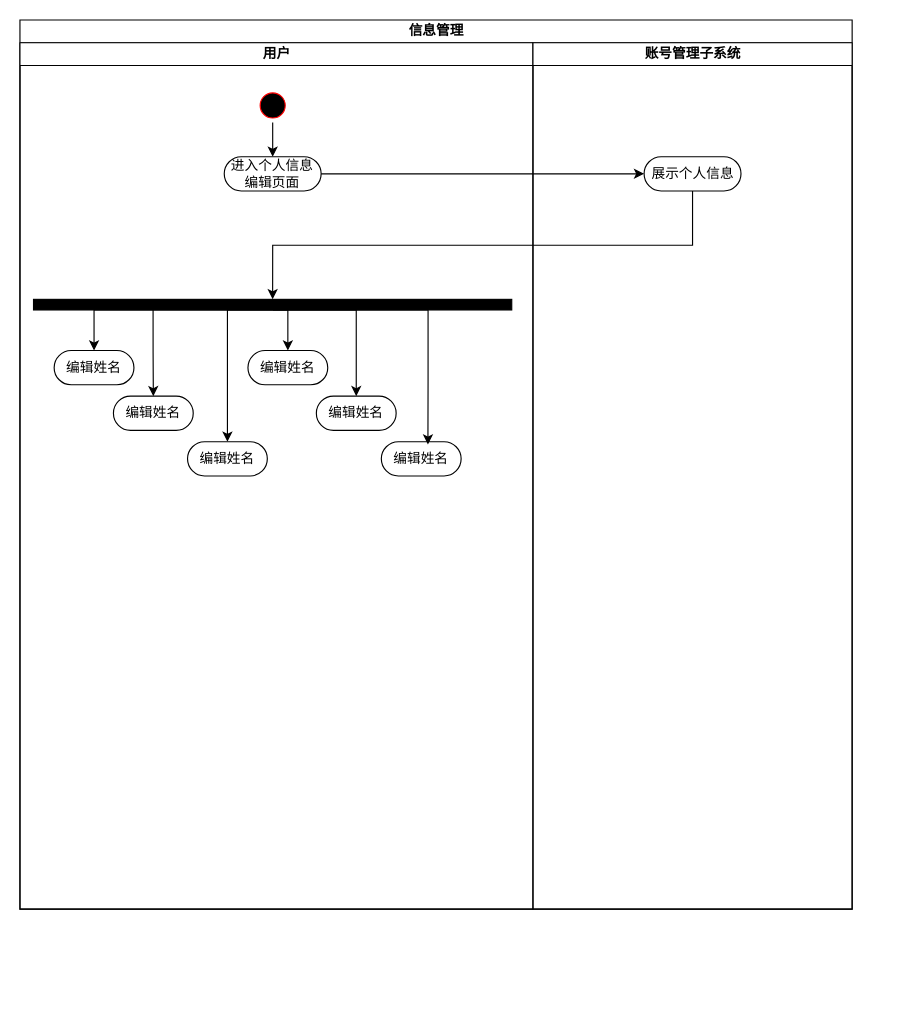
Earlier version of the draw.io diagram 信息管理活动图.drawio (PomeloLemon/SoftwareDiagrams). Source tidied: cells renumbered, new cells numbered last; positions are measured from the earlier drawing's top-left corner, leaving out a move shared by most shapes. Both pictures are drawn from the tidied source at 114%, with x=0, y=0 at pixel (19, 19).
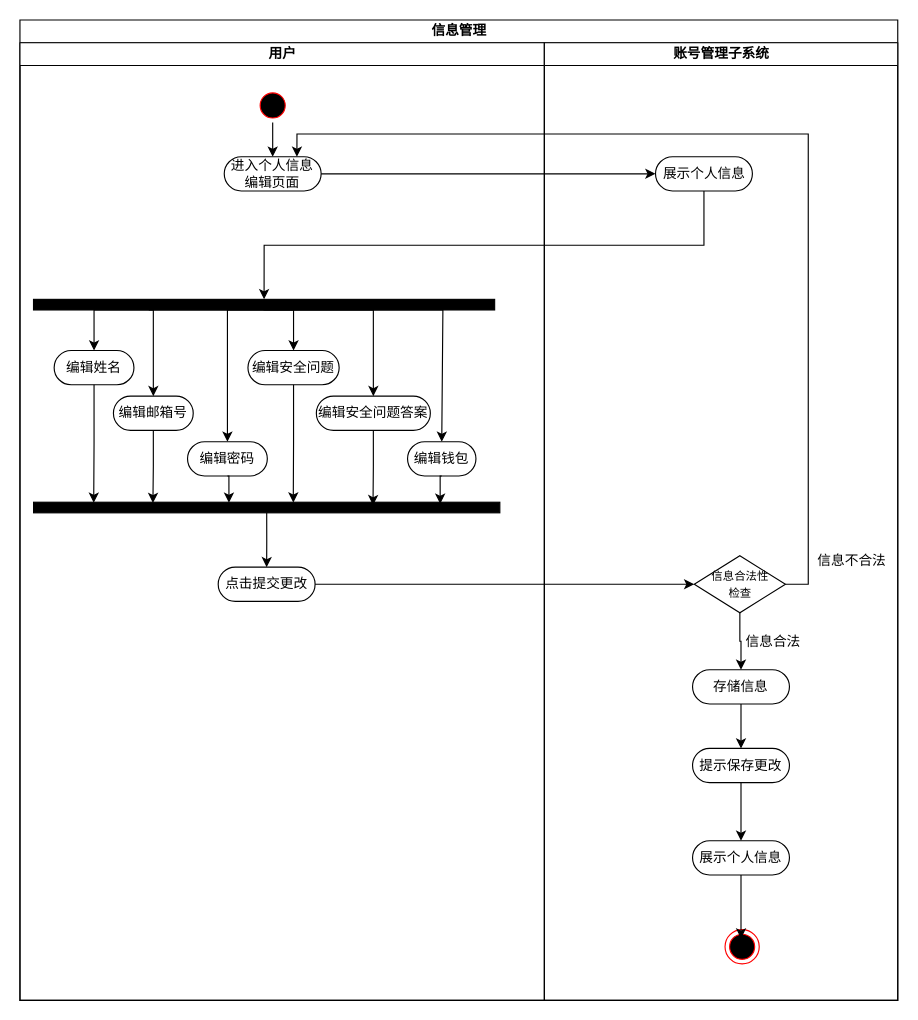
The same diagram, later.

Commit message (it also covers changes not shown here):
更新信息管理活动图.drawio

The change refers to these unchanged cells:
```xml
<mxCell id="6" value="进入个人信息编辑页面" style="rounded=1;whiteSpace=wrap;html=1;shadow=0;comic=0;labelBackgroundColor=none;strokeWidth=1;fontFamily=Verdana;fontSize=12;align=center;arcSize=50;" parent="3" vertex="1">
  <mxGeometry x="179.2" y="100" width="85" height="30" as="geometry" />
</mxCell>
<mxCell id="13" value="编辑姓名" style="rounded=1;whiteSpace=wrap;html=1;shadow=0;comic=0;labelBackgroundColor=none;strokeWidth=1;fontFamily=Verdana;fontSize=12;align=center;arcSize=50;" parent="3" vertex="1">
  <mxGeometry x="30" y="270" width="70" height="30" as="geometry" />
</mxCell>
```

What changed in the source:
```diff
@@
     <mxCell id="2" value="信息管理" style="swimlane;startSize=20;html=1;" parent="1" vertex="1">
-      <mxGeometry width="730" height="780" as="geometry" />
+      <mxGeometry width="770" height="860" as="geometry" />
     </mxCell>
     <mxCell id="3" value="用户" style="swimlane;startSize=20;html=1;" parent="2" vertex="1">
-      <mxGeometry y="20" width="450" height="760" as="geometry" />
+      <mxGeometry y="20" width="460" height="840" as="geometry" />
     </mxCell>
@@
     <mxCell id="8" style="edgeStyle=orthogonalEdgeStyle;rounded=0;jettySize=auto;html=1;exitX=0.75;exitY=0;exitDx=0;exitDy=0;" parent="3" edge="1" source="12" target="14">
-      <mxGeometry relative="1" as="geometry" />
+      <mxGeometry relative="1" as="geometry">
+        <Array as="points">
+          <mxPoint x="117" y="234" />
+        </Array>
+      </mxGeometry>
     </mxCell>
@@
     <mxCell id="10" style="edgeStyle=orthogonalEdgeStyle;rounded=0;jettySize=auto;html=1;exitX=0.5;exitY=0;exitDx=0;exitDy=0;entryX=0.5;entryY=0;entryDx=0;entryDy=0;" parent="3" edge="1" source="12" target="16">
-      <mxGeometry relative="1" as="geometry" />
+      <mxGeometry relative="1" as="geometry">
+        <Array as="points">
+          <mxPoint x="240" y="234" />
+        </Array>
+      </mxGeometry>
     </mxCell>
     <mxCell id="11" style="edgeStyle=orthogonalEdgeStyle;rounded=0;jettySize=auto;html=1;exitX=0.5;exitY=0;exitDx=0;exitDy=0;entryX=0.5;entryY=0;entryDx=0;entryDy=0;" parent="3" edge="1" source="12" target="17">
       <mxGeometry relative="1" as="geometry">
         <Array as="points">
-          <mxPoint x="295" y="234" />
+          <mxPoint x="310" y="234" />
         </Array>
       </mxGeometry>
     </mxCell>
+    <mxCell id="24" style="edgeStyle=orthogonalEdgeStyle;rounded=0;jettySize=auto;html=1;exitX=0.5;exitY=0;exitDx=0;exitDy=0;entryX=0.5;entryY=0;entryDx=0;entryDy=0;" parent="3" edge="1" target="27">
+      <mxGeometry relative="1" as="geometry">
+        <mxPoint x="213.7" y="234.4" as="sourcePoint" />
+        <Array as="points">
+          <mxPoint x="371" y="234" />
+          <mxPoint x="371" y="350" />
+        </Array>
+      </mxGeometry>
+    </mxCell>
     <mxCell id="12" style="whiteSpace=wrap;html=1;rounded=0;shadow=0;comic=0;labelBackgroundColor=none;strokeWidth=1;fillColor=#000000;fontFamily=Verdana;fontSize=12;align=center;rotation=90;direction=south;" parent="3" vertex="1">
-      <mxGeometry x="217" y="20" width="9.3" height="419.5" as="geometry" />
+      <mxGeometry x="209.5" y="27.5" width="9.3" height="404.5" as="geometry" />
     </mxCell>
@@
-    <mxCell id="14" value="编辑姓名" style="rounded=1;whiteSpace=wrap;html=1;shadow=0;comic=0;labelBackgroundColor=none;strokeWidth=1;fontFamily=Verdana;fontSize=12;align=center;arcSize=50;" parent="3" vertex="1">
+    <mxCell id="14" value="编辑邮箱号" style="rounded=1;whiteSpace=wrap;html=1;shadow=0;comic=0;labelBackgroundColor=none;strokeWidth=1;fontFamily=Verdana;fontSize=12;align=center;arcSize=50;" parent="3" vertex="1">
       <mxGeometry x="82" y="310" width="70" height="30" as="geometry" />
     </mxCell>
-    <mxCell id="15" value="编辑姓名" style="rounded=1;whiteSpace=wrap;html=1;shadow=0;comic=0;labelBackgroundColor=none;strokeWidth=1;fontFamily=Verdana;fontSize=12;align=center;arcSize=50;" parent="3" vertex="1">
+    <mxCell id="15" value="编辑密码" style="rounded=1;whiteSpace=wrap;html=1;shadow=0;comic=0;labelBackgroundColor=none;strokeWidth=1;fontFamily=Verdana;fontSize=12;align=center;arcSize=50;" parent="3" vertex="1">
       <mxGeometry x="147" y="350" width="70" height="30" as="geometry" />
     </mxCell>
-    <mxCell id="16" value="编辑姓名" style="rounded=1;whiteSpace=wrap;html=1;shadow=0;comic=0;labelBackgroundColor=none;strokeWidth=1;fontFamily=Verdana;fontSize=12;align=center;arcSize=50;" parent="3" vertex="1">
-      <mxGeometry x="200" y="270" width="70" height="30" as="geometry" />
+    <mxCell id="16" value="编辑安全问题" style="rounded=1;whiteSpace=wrap;html=1;shadow=0;comic=0;labelBackgroundColor=none;strokeWidth=1;fontFamily=Verdana;fontSize=12;align=center;arcSize=50;" parent="3" vertex="1">
+      <mxGeometry x="200" y="270" width="80" height="30" as="geometry" />
     </mxCell>
-    <mxCell id="17" value="编辑姓名" style="rounded=1;whiteSpace=wrap;html=1;shadow=0;comic=0;labelBackgroundColor=none;strokeWidth=1;fontFamily=Verdana;fontSize=12;align=center;arcSize=50;" parent="3" vertex="1">
-      <mxGeometry x="260" y="310" width="70" height="30" as="geometry" />
+    <mxCell id="17" value="编辑安全问题答案" style="rounded=1;whiteSpace=wrap;html=1;shadow=0;comic=0;labelBackgroundColor=none;strokeWidth=1;fontFamily=Verdana;fontSize=12;align=center;arcSize=50;" parent="3" vertex="1">
+      <mxGeometry x="260" y="310" width="100" height="30" as="geometry" />
     </mxCell>
-    <mxCell id="18" value="编辑姓名" style="rounded=1;whiteSpace=wrap;html=1;shadow=0;comic=0;labelBackgroundColor=none;strokeWidth=1;fontFamily=Verdana;fontSize=12;align=center;arcSize=50;" parent="3" vertex="1">
-      <mxGeometry x="317" y="350" width="70" height="30" as="geometry" />
-    </mxCell>
-    <mxCell id="19" style="edgeStyle=orthogonalEdgeStyle;rounded=0;jettySize=auto;html=1;exitX=0.5;exitY=0;exitDx=0;exitDy=0;entryX=0.584;entryY=0.084;entryDx=0;entryDy=0;entryPerimeter=0;" parent="3" edge="1" source="12" target="18">
-      <mxGeometry relative="1" as="geometry">
-        <Array as="points">
-          <mxPoint x="358" y="234" />
-          <mxPoint x="358" y="297" />
-        </Array>
-      </mxGeometry>
-    </mxCell>
+    <mxCell id="25" style="edgeStyle=orthogonalEdgeStyle;rounded=0;jettySize=auto;html=1;exitX=0.5;exitY=0;exitDx=0;exitDy=0;" parent="3" edge="1" source="26" target="34">
+      <mxGeometry relative="1" as="geometry" />
+    </mxCell>
+    <mxCell id="26" style="whiteSpace=wrap;html=1;rounded=0;shadow=0;comic=0;labelBackgroundColor=none;strokeWidth=1;fillColor=#000000;fontFamily=Verdana;fontSize=12;align=center;rotation=90;direction=south;" parent="3" vertex="1">
+      <mxGeometry x="211.8" y="203.2" width="9.3" height="409" as="geometry" />
+    </mxCell>
+    <mxCell id="27" value="编辑钱包" style="rounded=1;whiteSpace=wrap;html=1;shadow=0;comic=0;labelBackgroundColor=none;strokeWidth=1;fontFamily=Verdana;fontSize=12;align=center;arcSize=50;" parent="3" vertex="1">
+      <mxGeometry x="340" y="350" width="60" height="30" as="geometry" />
+    </mxCell>
+    <mxCell id="28" style="edgeStyle=orthogonalEdgeStyle;rounded=0;jettySize=auto;html=1;exitX=0.5;exitY=1;exitDx=0;exitDy=0;entryX=0.871;entryY=0.942;entryDx=0;entryDy=0;entryPerimeter=0;" parent="3" edge="1" source="13" target="26">
+      <mxGeometry relative="1" as="geometry" />
+    </mxCell>
+    <mxCell id="29" style="edgeStyle=orthogonalEdgeStyle;rounded=0;jettySize=auto;html=1;exitX=0.5;exitY=1;exitDx=0;exitDy=0;entryX=0.744;entryY=0.922;entryDx=0;entryDy=0;entryPerimeter=0;" parent="3" edge="1" source="14" target="26">
+      <mxGeometry relative="1" as="geometry" />
+    </mxCell>
+    <mxCell id="30" style="edgeStyle=orthogonalEdgeStyle;rounded=0;jettySize=auto;html=1;exitX=0.5;exitY=1;exitDx=0;exitDy=0;entryX=0.581;entryY=0.942;entryDx=0;entryDy=0;entryPerimeter=0;" parent="3" edge="1" source="15" target="26">
+      <mxGeometry relative="1" as="geometry" />
+    </mxCell>
+    <mxCell id="31" style="edgeStyle=orthogonalEdgeStyle;rounded=0;jettySize=auto;html=1;exitX=0.5;exitY=1;exitDx=0;exitDy=0;entryX=0.443;entryY=0.962;entryDx=0;entryDy=0;entryPerimeter=0;" parent="3" edge="1" source="16" target="26">
+      <mxGeometry relative="1" as="geometry" />
+    </mxCell>
+    <mxCell id="32" style="edgeStyle=orthogonalEdgeStyle;rounded=0;jettySize=auto;html=1;exitX=0.5;exitY=1;exitDx=0;exitDy=0;entryX=0.272;entryY=0.723;entryDx=0;entryDy=0;entryPerimeter=0;" parent="3" edge="1" source="17" target="26">
+      <mxGeometry relative="1" as="geometry" />
+    </mxCell>
+    <mxCell id="33" style="edgeStyle=orthogonalEdgeStyle;rounded=0;jettySize=auto;html=1;exitX=0.5;exitY=1;exitDx=0;exitDy=0;entryX=0.128;entryY=0.843;entryDx=0;entryDy=0;entryPerimeter=0;" parent="3" edge="1" source="27" target="26">
+      <mxGeometry relative="1" as="geometry" />
+    </mxCell>
+    <mxCell id="34" value="点击提交更改" style="rounded=1;whiteSpace=wrap;html=1;shadow=0;comic=0;labelBackgroundColor=none;strokeWidth=1;fontFamily=Verdana;fontSize=12;align=center;arcSize=50;" parent="3" vertex="1">
+      <mxGeometry x="173.9" y="460" width="85" height="30" as="geometry" />
+    </mxCell>
     <mxCell id="20" value="账号管理子系统" style="swimlane;startSize=20;html=1;" parent="2" vertex="1">
-      <mxGeometry x="450" y="20" width="280" height="760" as="geometry" />
+      <mxGeometry x="460" y="20" width="310" height="840" as="geometry" />
     </mxCell>
@@
+    <mxCell id="35" value="信息不合法" style="text;html=1;strokeColor=none;fillColor=none;align=center;verticalAlign=middle;whiteSpace=wrap;rounded=0;" parent="20" vertex="1">
+      <mxGeometry x="230" y="440" width="80" height="30" as="geometry" />
+    </mxCell>
+    <mxCell id="36" value="&lt;font style=&quot;font-size: 10px;&quot;&gt;信息合法性&lt;br&gt;检查&lt;/font&gt;" style="rhombus;whiteSpace=wrap;html=1;" parent="20" vertex="1">
+      <mxGeometry x="131.5" y="450" width="80" height="50" as="geometry" />
+    </mxCell>
+    <mxCell id="37" value="存储信息" style="rounded=1;whiteSpace=wrap;html=1;shadow=0;comic=0;labelBackgroundColor=none;strokeWidth=1;fontFamily=Verdana;fontSize=12;align=center;arcSize=50;" parent="20" vertex="1">
+      <mxGeometry x="130" y="550" width="85" height="30" as="geometry" />
+    </mxCell>
+    <mxCell id="38" style="edgeStyle=orthogonalEdgeStyle;rounded=0;jettySize=auto;html=1;entryX=0.5;entryY=0;entryDx=0;entryDy=0;" parent="20" edge="1" source="36" target="37">
+      <mxGeometry relative="1" as="geometry" />
+    </mxCell>
+    <mxCell id="39" value="信息合法" style="text;html=1;strokeColor=none;fillColor=none;align=center;verticalAlign=middle;whiteSpace=wrap;rounded=0;" parent="20" vertex="1">
+      <mxGeometry x="171" y="511" width="60" height="30" as="geometry" />
+    </mxCell>
+    <mxCell id="40" value="提示保存更改" style="rounded=1;whiteSpace=wrap;html=1;shadow=0;comic=0;labelBackgroundColor=none;strokeWidth=1;fontFamily=Verdana;fontSize=12;align=center;arcSize=50;" parent="20" vertex="1">
+      <mxGeometry x="130" y="619" width="85" height="30" as="geometry" />
+    </mxCell>
+    <mxCell id="41" style="edgeStyle=orthogonalEdgeStyle;rounded=0;jettySize=auto;html=1;" parent="20" edge="1" source="37" target="40">
+      <mxGeometry relative="1" as="geometry" />
+    </mxCell>
+    <mxCell id="42" value="展示个人信息" style="rounded=1;whiteSpace=wrap;html=1;shadow=0;comic=0;labelBackgroundColor=none;strokeWidth=1;fontFamily=Verdana;fontSize=12;align=center;arcSize=50;" parent="20" vertex="1">
+      <mxGeometry x="130" y="700" width="85" height="30" as="geometry" />
+    </mxCell>
+    <mxCell id="43" style="edgeStyle=orthogonalEdgeStyle;rounded=0;jettySize=auto;html=1;exitX=0.5;exitY=1;exitDx=0;exitDy=0;" parent="20" edge="1" source="40" target="42">
+      <mxGeometry relative="1" as="geometry" />
+    </mxCell>
+    <mxCell id="44" style="ellipse;html=1;shape=endState;fillColor=#000000;strokeColor=#ff0000;" parent="20" vertex="1">
+      <mxGeometry x="158.5" y="778" width="30" height="30" as="geometry" />
+    </mxCell>
+    <mxCell id="45" style="edgeStyle=orthogonalEdgeStyle;rounded=0;jettySize=auto;html=1;exitX=0.5;exitY=1;exitDx=0;exitDy=0;entryX=0.467;entryY=0.262;entryDx=0;entryDy=0;entryPerimeter=0;" parent="20" edge="1" source="42" target="44">
+      <mxGeometry relative="1" as="geometry" />
+    </mxCell>
@@
+    <mxCell id="46" style="edgeStyle=orthogonalEdgeStyle;rounded=0;jettySize=auto;html=1;exitX=1;exitY=0.5;exitDx=0;exitDy=0;entryX=0;entryY=0.5;entryDx=0;entryDy=0;" parent="2" edge="1" source="34" target="36">
+      <mxGeometry relative="1" as="geometry" />
+    </mxCell>
+    <mxCell id="47" style="edgeStyle=orthogonalEdgeStyle;rounded=0;jettySize=auto;html=1;exitX=1;exitY=0.5;exitDx=0;exitDy=0;entryX=0.75;entryY=0;entryDx=0;entryDy=0;" parent="2" edge="1" source="36" target="6">
+      <mxGeometry relative="1" as="geometry" />
+    </mxCell>
```
